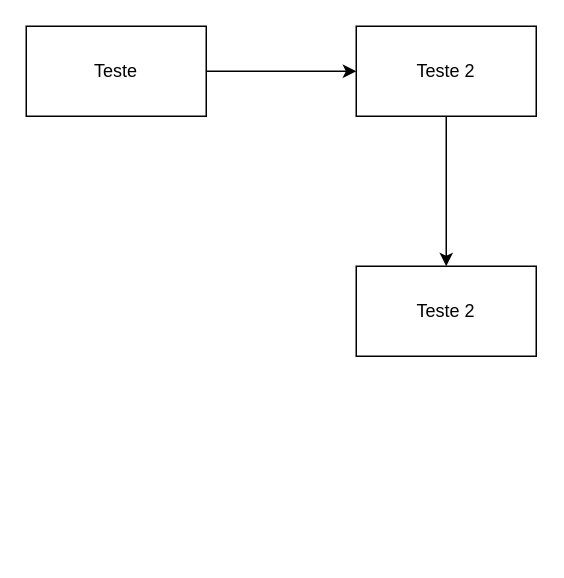
The draw.io diagram Diagrama sem nome.drawio in caduaraujo/drawio, before the edit. Source tidied: cells renumbered, new cells numbered last; positions are measured from the earlier drawing's top-left corner, leaving out a move shared by most shapes. Both pictures are drawn from the tidied source at 150%, with x=0, y=0 at pixel (26, 26).
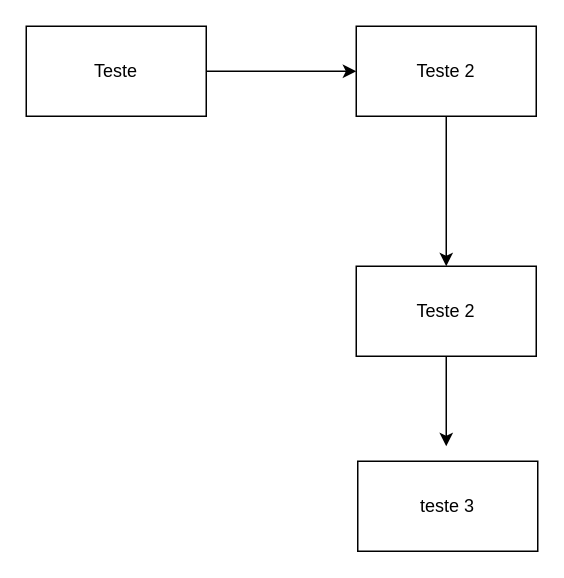
The same diagram, later.

Commit message:
adição do campo teste 3

The edit, as a diff of the source:
```diff
@@
 <mxGraphModel>
   <root>
     <mxCell id="0" />
     <mxCell id="1" parent="0" />
     <mxCell id="2" style="edgeStyle=orthogonalEdgeStyle;rounded=0;jettySize=auto;html=1;" parent="1" edge="1" source="3" target="5">
       <mxGeometry relative="1" as="geometry" />
     </mxCell>
     <mxCell id="3" value="Teste" style="rounded=0;whiteSpace=wrap;html=1;" parent="1" vertex="1">
       <mxGeometry width="120" height="60" as="geometry" />
     </mxCell>
     <mxCell id="4" style="edgeStyle=orthogonalEdgeStyle;rounded=0;jettySize=auto;html=1;" parent="1" edge="1" source="5" target="6">
       <mxGeometry relative="1" as="geometry" />
     </mxCell>
     <mxCell id="5" value="Teste 2" style="rounded=0;whiteSpace=wrap;html=1;" parent="1" vertex="1">
       <mxGeometry x="220" width="120" height="60" as="geometry" />
     </mxCell>
+    <mxCell id="7" style="edgeStyle=orthogonalEdgeStyle;rounded=0;jettySize=auto;html=1;" parent="1" edge="1" source="6">
+      <mxGeometry relative="1" as="geometry">
+        <mxPoint x="280" y="280" as="targetPoint" />
+      </mxGeometry>
+    </mxCell>
     <mxCell id="6" value="Teste 2" style="rounded=0;whiteSpace=wrap;html=1;" parent="1" vertex="1">
       <mxGeometry x="220" y="160" width="120" height="60" as="geometry" />
     </mxCell>
+    <mxCell id="8" value="teste 3&lt;br&gt;" style="rounded=0;whiteSpace=wrap;html=1;" parent="1" vertex="1">
+      <mxGeometry x="221" y="290" width="120" height="60" as="geometry" />
+    </mxCell>
   </root>
 </mxGraphModel>
```
